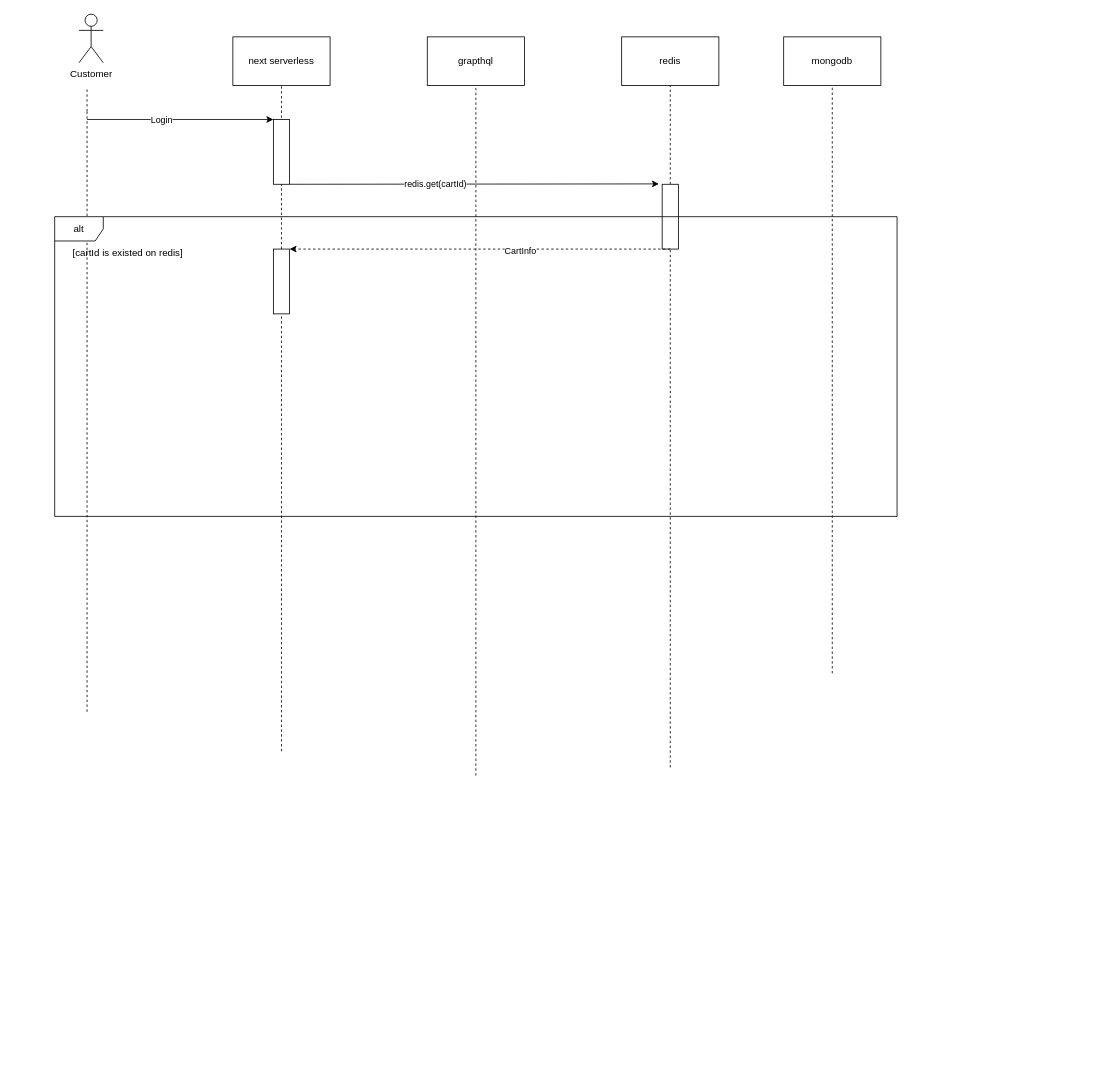
Above: public/Biểu đồ không có tiêu đề.drawio in skylie628/next-ecommerce-project (draw.io), before the change. Source tidied: cells renumbered, new cells numbered last; positions are measured from the earlier drawing's top-left corner, leaving out a move shared by most shapes. Both pictures are drawn from the tidied source at 81%, with x=0, y=0 at pixel (54, 14).
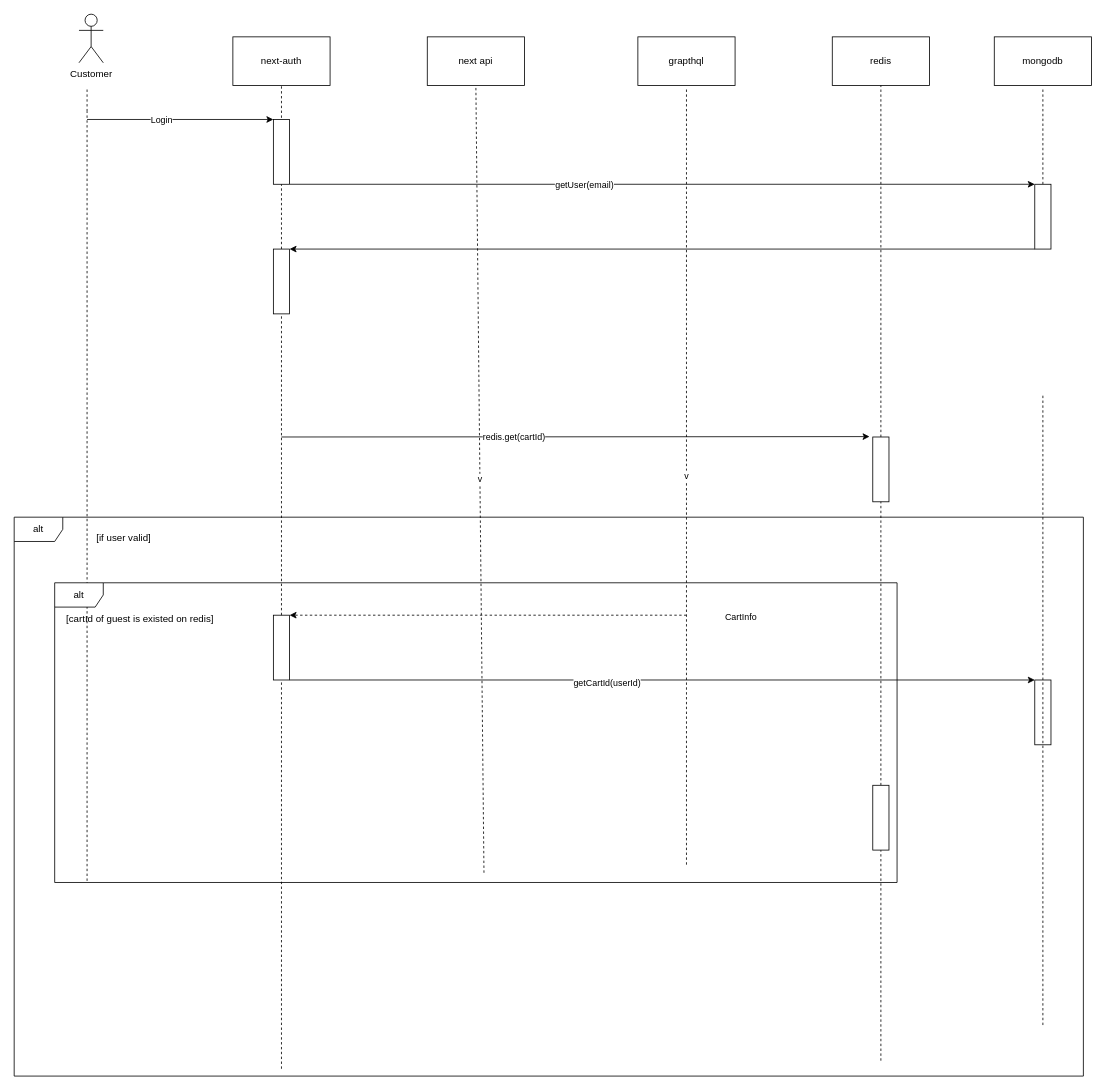
The same page after the edit.

Unchanged cells that the change refers to:
```xml
<mxCell id="9" style="rounded=0;whiteSpace=wrap;html=1;" parent="1" vertex="1">
  <mxGeometry x="270" y="130" width="20" height="80" as="geometry" />
</mxCell>
```

Change to the diagram source:
```diff
@@
+    <mxCell id="19" style="rounded=0;whiteSpace=wrap;html=1;" parent="1" vertex="1">
+      <mxGeometry x="1010" y="522" width="20" height="80" as="geometry" />
+    </mxCell>
-    <mxCell id="2" value="next serverless" style="rounded=0;whiteSpace=wrap;html=1;" parent="1" vertex="1">
+    <mxCell id="2" value="next-auth" style="rounded=0;whiteSpace=wrap;html=1;" parent="1" vertex="1">
       <mxGeometry x="220" y="28" width="120" height="60" as="geometry" />
     </mxCell>
     <mxCell id="3" value="grapthql" style="rounded=0;whiteSpace=wrap;html=1;" parent="1" vertex="1">
-      <mxGeometry x="460" y="28" width="120" height="60" as="geometry" />
+      <mxGeometry x="720" y="28" width="120" height="60" as="geometry" />
     </mxCell>
@@
     <mxCell id="6" style="endArrow=none;dashed=1;html=1;rounded=0;" parent="1" edge="1">
       <mxGeometry relative="1" as="geometry">
-        <mxPoint x="40" y="861.2" as="sourcePoint" />
+        <mxPoint x="40" y="1070" as="sourcePoint" />
         <mxPoint x="40" y="120" as="targetPoint" />
       </mxGeometry>
     </mxCell>
-    <mxCell id="7" style="endArrow=none;dashed=1;html=1;rounded=0;" parent="1" edge="1" source="23">
+    <mxCell id="7" style="endArrow=none;dashed=1;html=1;rounded=0;" parent="1" edge="1" source="41">
       <mxGeometry relative="1" as="geometry">
         <mxPoint x="280" y="88" as="targetPoint" />
       </mxGeometry>
     </mxCell>
-    <mxCell id="8" style="endArrow=none;dashed=1;html=1;rounded=0;" parent="1" edge="1">
+    <mxCell id="8" value="v" style="endArrow=none;dashed=1;html=1;rounded=0;" parent="1" edge="1">
       <mxGeometry relative="1" as="geometry">
-        <mxPoint x="520" y="940" as="sourcePoint" />
-        <mxPoint x="520" y="90" as="targetPoint" />
+        <mxPoint x="780" y="1050" as="sourcePoint" />
+        <mxPoint x="780" y="90" as="targetPoint" />
       </mxGeometry>
     </mxCell>
@@
     <mxCell id="12" value="redis" style="rounded=0;whiteSpace=wrap;html=1;" parent="1" vertex="1">
-      <mxGeometry x="700" y="28" width="120" height="60" as="geometry" />
+      <mxGeometry x="960" y="28" width="120" height="60" as="geometry" />
     </mxCell>
@@
     <mxCell id="14" value="mongodb" style="rounded=0;whiteSpace=wrap;html=1;" parent="1" vertex="1">
-      <mxGeometry x="900" y="28" width="120" height="60" as="geometry" />
+      <mxGeometry x="1160" y="28" width="120" height="60" as="geometry" />
     </mxCell>
-    <mxCell id="15" style="endArrow=none;dashed=1;html=1;rounded=0;" parent="1" edge="1">
+    <mxCell id="15" style="endArrow=none;dashed=1;html=1;rounded=0;" parent="1" edge="1" source="39">
       <mxGeometry relative="1" as="geometry">
-        <mxPoint x="960" y="813.8" as="sourcePoint" />
-        <mxPoint x="960" y="90" as="targetPoint" />
+        <mxPoint x="1220" y="90" as="targetPoint" />
       </mxGeometry>
     </mxCell>
-    <mxCell id="16" style="endArrow=classic;html=1;rounded=0;exitX=1;exitY=1;exitDx=0;exitDy=0;entryX=-0.2;entryY=-0.006;entryDx=0;entryDy=0;entryPerimeter=0;" parent="1" edge="1" source="9" target="19">
-      <mxGeometry relative="1" as="geometry" />
+    <mxCell id="16" style="endArrow=classic;html=1;rounded=0;entryX=-0.2;entryY=-0.006;entryDx=0;entryDy=0;entryPerimeter=0;" parent="1" edge="1" target="19">
+      <mxGeometry relative="1" as="geometry">
+        <mxPoint x="280" y="522" as="sourcePoint" />
+      </mxGeometry>
     </mxCell>
@@
-    <mxCell id="18" style="endArrow=none;dashed=1;html=1;rounded=0;" parent="1" edge="1" target="19">
-      <mxGeometry relative="1" as="geometry">
-        <mxPoint x="760" y="930" as="sourcePoint" />
-      </mxGeometry>
+    <mxCell id="18" style="endArrow=none;dashed=1;html=1;rounded=0;entryX=0.5;entryY=1;entryDx=0;entryDy=0;" parent="1" edge="1" source="27" target="19">
+      <mxGeometry relative="1" as="geometry" />
     </mxCell>
-    <mxCell id="19" style="rounded=0;whiteSpace=wrap;html=1;" parent="1" vertex="1">
-      <mxGeometry x="750" y="210" width="20" height="80" as="geometry" />
-    </mxCell>
-    <mxCell id="20" style="endArrow=classic;html=1;rounded=0;exitX=0.5;exitY=1;exitDx=0;exitDy=0;dashed=1;" parent="1" edge="1" source="19">
+    <mxCell id="20" style="endArrow=classic;html=1;rounded=0;dashed=1;" parent="1" edge="1">
       <mxGeometry relative="1" as="geometry">
-        <mxPoint x="290" y="290" as="targetPoint" />
+        <mxPoint x="780" y="742" as="sourcePoint" />
+        <mxPoint x="290" y="742" as="targetPoint" />
       </mxGeometry>
     </mxCell>
     <mxCell id="21" value="CartInfo" style="edgeLabel;html=1;align=center;verticalAlign=middle;" parent="20" vertex="1">
       <mxGeometry x="-0.21" y="1" relative="1" as="geometry">
-        <mxPoint y="1" as="offset" />
+        <mxPoint x="260" y="1" as="offset" />
       </mxGeometry>
     </mxCell>
     <mxCell id="22" style="endArrow=none;dashed=1;html=1;rounded=0;" parent="1" edge="1" target="23">
       <mxGeometry relative="1" as="geometry">
-        <mxPoint x="280" y="910" as="sourcePoint" />
+        <mxPoint x="280" y="1302" as="sourcePoint" />
       </mxGeometry>
     </mxCell>
     <mxCell id="23" style="rounded=0;whiteSpace=wrap;html=1;" parent="1" vertex="1">
-      <mxGeometry x="270" y="290" width="20" height="80" as="geometry" />
+      <mxGeometry x="270" y="742" width="20" height="80" as="geometry" />
     </mxCell>
     <mxCell id="24" value="alt" style="shape=umlFrame;whiteSpace=wrap;html=1;" parent="1" vertex="1">
-      <mxGeometry y="250" width="1040" height="370" as="geometry" />
+      <mxGeometry y="702" width="1040" height="370" as="geometry" />
     </mxCell>
-    <mxCell id="25" value="[cartId is existed on redis]" style="text;html=1;align=center;verticalAlign=middle;strokeColor=none;fillColor=none;" parent="1" vertex="1">
-      <mxGeometry x="10" y="280" width="160" height="30" as="geometry" />
+    <mxCell id="25" value="[cartId of guest is existed on redis]" style="text;html=1;align=center;verticalAlign=middle;strokeColor=none;fillColor=none;" parent="1" vertex="1">
+      <mxGeometry y="732" width="210" height="30" as="geometry" />
     </mxCell>
+    <mxCell id="26" style="endArrow=none;dashed=1;html=1;rounded=0;" parent="1" edge="1" target="27">
+      <mxGeometry relative="1" as="geometry">
+        <mxPoint x="1020" y="1292" as="sourcePoint" />
+      </mxGeometry>
+    </mxCell>
+    <mxCell id="27" style="rounded=0;whiteSpace=wrap;html=1;" parent="1" vertex="1">
+      <mxGeometry x="1010" y="952" width="20" height="80" as="geometry" />
+    </mxCell>
+    <mxCell id="28" style="endArrow=classic;html=1;rounded=0;exitX=1;exitY=1;exitDx=0;exitDy=0;entryX=0;entryY=0;entryDx=0;entryDy=0;" parent="1" edge="1" source="23" target="30">
+      <mxGeometry relative="1" as="geometry" />
+    </mxCell>
+    <mxCell id="29" value="getCartId(userId)" style="edgeLabel;html=1;align=center;verticalAlign=middle;" parent="28" vertex="1">
+      <mxGeometry x="-0.15" y="-3" relative="1" as="geometry" />
+    </mxCell>
+    <mxCell id="30" style="rounded=0;whiteSpace=wrap;html=1;" parent="1" vertex="1">
+      <mxGeometry x="1210" y="822" width="20" height="80" as="geometry" />
+    </mxCell>
+    <mxCell id="31" value="next api" style="rounded=0;whiteSpace=wrap;html=1;" parent="1" vertex="1">
+      <mxGeometry x="460" y="28" width="120" height="60" as="geometry" />
+    </mxCell>
+    <mxCell id="32" value="v" style="endArrow=none;dashed=1;html=1;rounded=0;entryX=0.5;entryY=1;entryDx=0;entryDy=0;" parent="1" edge="1" target="31">
+      <mxGeometry relative="1" as="geometry">
+        <mxPoint x="530" y="1060" as="sourcePoint" />
+      </mxGeometry>
+    </mxCell>
+    <mxCell id="33" value="alt" style="shape=umlFrame;whiteSpace=wrap;html=1;" parent="1" vertex="1">
+      <mxGeometry x="-50" y="621" width="1320" height="690" as="geometry" />
+    </mxCell>
+    <mxCell id="34" value="[if user valid]" style="text;html=1;align=center;verticalAlign=middle;strokeColor=none;fillColor=none;" parent="1" vertex="1">
+      <mxGeometry x="40" y="632" width="90" height="30" as="geometry" />
+    </mxCell>
+    <mxCell id="35" style="endArrow=classic;html=1;rounded=0;exitX=1;exitY=1;exitDx=0;exitDy=0;entryX=0;entryY=0;entryDx=0;entryDy=0;" parent="1" edge="1" source="9" target="39">
+      <mxGeometry relative="1" as="geometry" />
+    </mxCell>
+    <mxCell id="36" value="getUser(email)" style="edgeLabel;html=1;align=center;verticalAlign=middle;" parent="35" vertex="1">
+      <mxGeometry x="-0.21" y="1" relative="1" as="geometry">
+        <mxPoint y="1" as="offset" />
+      </mxGeometry>
+    </mxCell>
+    <mxCell id="37" style="endArrow=none;dashed=1;html=1;rounded=0;" parent="1" edge="1">
+      <mxGeometry relative="1" as="geometry">
+        <mxPoint x="1220" y="1248" as="sourcePoint" />
+        <mxPoint x="1220" y="468" as="targetPoint" />
+      </mxGeometry>
+    </mxCell>
+    <mxCell id="38" style="edgeStyle=orthogonalEdgeStyle;rounded=0;jettySize=auto;html=1;entryX=1;entryY=0;entryDx=0;entryDy=0;exitX=0;exitY=1;exitDx=0;exitDy=0;" parent="1" edge="1" source="39" target="41">
+      <mxGeometry relative="1" as="geometry">
+        <Array as="points">
+          <mxPoint x="290" y="290" />
+        </Array>
+      </mxGeometry>
+    </mxCell>
+    <mxCell id="39" style="rounded=0;whiteSpace=wrap;html=1;" parent="1" vertex="1">
+      <mxGeometry x="1210" y="210" width="20" height="80" as="geometry" />
+    </mxCell>
+    <mxCell id="40" style="endArrow=none;dashed=1;html=1;rounded=0;" parent="1" edge="1" source="23" target="41">
+      <mxGeometry relative="1" as="geometry" />
+    </mxCell>
+    <mxCell id="41" style="rounded=0;whiteSpace=wrap;html=1;" parent="1" vertex="1">
+      <mxGeometry x="270" y="290" width="20" height="80" as="geometry" />
+    </mxCell>
```
